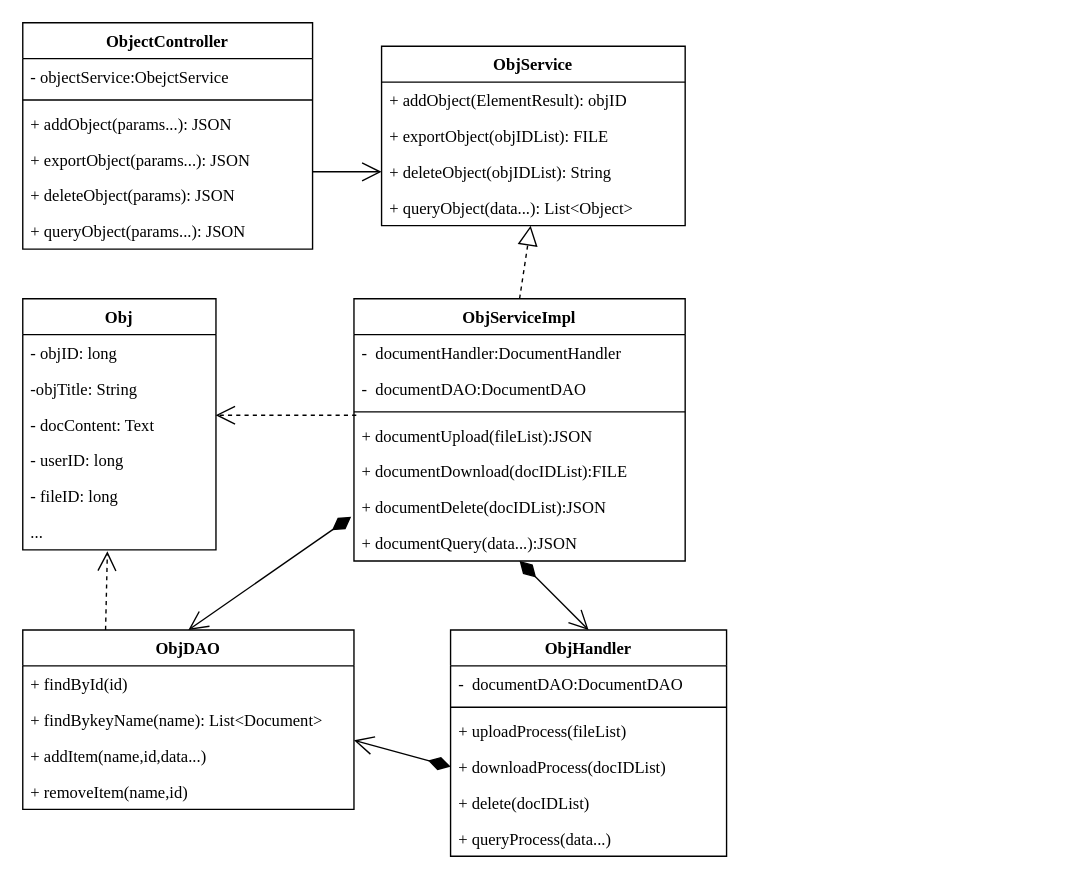
This is page "第 3 页" (3 of 4) of 类图.drawio from lang22/DocAI_UML, a draw.io file, before an edit. Source tidied: cells renumbered, new cells numbered last; positions are measured from the earlier drawing's top-left corner, leaving out a move shared by most shapes. Both pictures are drawn from the tidied source at 138%, with x=0, y=0 at pixel (22, 22).
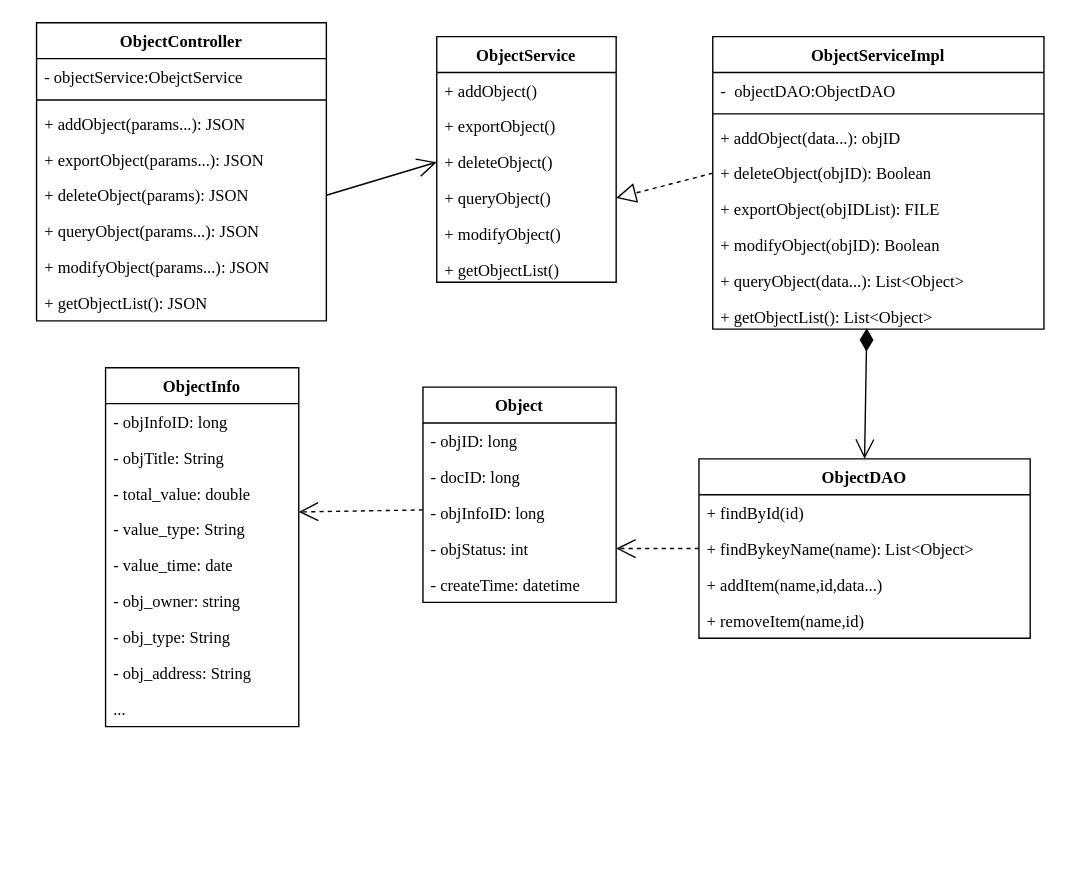
After the change.

The change refers to these unchanged cells:
```xml
<mxCell id="19" value="+ deleteObject(params): JSON" style="text;strokeColor=none;fillColor=none;align=left;verticalAlign=top;spacingLeft=4;spacingRight=4;overflow=hidden;points=[[0,0.5],[1,0.5]];portConstraint=eastwest;fontFamily=Times New Roman;" parent="14" vertex="1">
  <mxGeometry y="112" width="210" height="26" as="geometry" />
</mxCell>
```

Change to the diagram source:
```diff
@@
-    <mxCell id="2" value="Obj" style="swimlane;fontStyle=1;horizontal=1;startSize=26;fillColor=none;fontFamily=Times New Roman;" parent="1" vertex="1">
-      <mxGeometry y="200" width="140" height="182" as="geometry" />
+    <mxCell id="2" value="Object" style="swimlane;fontStyle=1;horizontal=1;startSize=26;fillColor=none;fontFamily=Times New Roman;" parent="1" vertex="1">
+      <mxGeometry x="290" y="264" width="140" height="156" as="geometry" />
     </mxCell>
@@
-    <mxCell id="4" value="-objTitle: String" style="text;strokeColor=none;fillColor=none;align=left;verticalAlign=top;spacingLeft=4;spacingRight=4;overflow=hidden;fontFamily=Times New Roman;" parent="2" vertex="1">
+    <mxCell id="4" value="- docID: long" style="text;strokeColor=none;fillColor=none;align=left;verticalAlign=top;spacingLeft=4;spacingRight=4;overflow=hidden;fontFamily=Times New Roman;" parent="2" vertex="1">
       <mxGeometry y="52" width="140" height="26" as="geometry" />
     </mxCell>
-    <mxCell id="5" value="- docContent: Text&#10;" style="text;strokeColor=none;fillColor=none;align=left;verticalAlign=top;spacingLeft=4;spacingRight=4;overflow=hidden;points=[[0,0.5],[1,0.5]];portConstraint=eastwest;fontFamily=Times New Roman;" parent="2" vertex="1">
-      <mxGeometry y="78" width="140" height="26" as="geometry" />
-    </mxCell>
+    <mxCell id="48" value="- objInfoID: long" style="text;strokeColor=none;fillColor=none;align=left;verticalAlign=top;spacingLeft=4;spacingRight=4;overflow=hidden;fontFamily=Times New Roman;" parent="2" vertex="1">
+      <mxGeometry y="78" width="140" height="26" as="geometry" />
+    </mxCell>
-    <mxCell id="6" value="- userID: long&#10;" style="text;strokeColor=none;fillColor=none;align=left;verticalAlign=top;spacingLeft=4;spacingRight=4;overflow=hidden;points=[[0,0.5],[1,0.5]];portConstraint=eastwest;fontFamily=Times New Roman;" parent="2" vertex="1">
+    <mxCell id="6" value="- objStatus: int" style="text;strokeColor=none;fillColor=none;align=left;verticalAlign=top;spacingLeft=4;spacingRight=4;overflow=hidden;points=[[0,0.5],[1,0.5]];portConstraint=eastwest;fontFamily=Times New Roman;" parent="2" vertex="1">
       <mxGeometry y="104" width="140" height="26" as="geometry" />
     </mxCell>
-    <mxCell id="7" value="- fileID: long&#10;" style="text;strokeColor=none;fillColor=none;align=left;verticalAlign=top;spacingLeft=4;spacingRight=4;overflow=hidden;fontFamily=Times New Roman;" parent="2" vertex="1">
+    <mxCell id="7" value="- createTime: datetime" style="text;strokeColor=none;fillColor=none;align=left;verticalAlign=top;spacingLeft=4;spacingRight=4;overflow=hidden;fontFamily=Times New Roman;" parent="2" vertex="1">
       <mxGeometry y="130" width="140" height="26" as="geometry" />
     </mxCell>
-    <mxCell id="8" value="..." style="text;strokeColor=none;fillColor=none;align=left;verticalAlign=top;spacingLeft=4;spacingRight=4;overflow=hidden;points=[[0,0.5],[1,0.5]];portConstraint=eastwest;fontFamily=Times New Roman;" parent="2" vertex="1">
-      <mxGeometry y="156" width="140" height="26" as="geometry" />
-    </mxCell>
-    <mxCell id="9" value="ObjDAO" style="swimlane;fontStyle=1;horizontal=1;startSize=26;fillColor=none;fontFamily=Times New Roman;" parent="1" vertex="1">
-      <mxGeometry y="440" width="240" height="130" as="geometry" />
+    <mxCell id="9" value="ObjectDAO" style="swimlane;fontStyle=1;horizontal=1;startSize=26;fillColor=none;fontFamily=Times New Roman;" parent="1" vertex="1">
+      <mxGeometry x="490" y="316" width="240" height="130" as="geometry" />
     </mxCell>
@@
-    <mxCell id="11" value="+ findBykeyName(name): List&lt;Document&gt;" style="text;strokeColor=none;fillColor=none;align=left;verticalAlign=top;spacingLeft=4;spacingRight=4;overflow=hidden;points=[[0,0.5],[1,0.5]];portConstraint=eastwest;fontFamily=Times New Roman;" parent="9" vertex="1">
+    <mxCell id="11" value="+ findBykeyName(name): List&lt;Object&gt;" style="text;strokeColor=none;fillColor=none;align=left;verticalAlign=top;spacingLeft=4;spacingRight=4;overflow=hidden;points=[[0,0.5],[1,0.5]];portConstraint=eastwest;fontFamily=Times New Roman;" parent="9" vertex="1">
       <mxGeometry y="52" width="240" height="26" as="geometry" />
     </mxCell>
@@
     <mxCell id="14" value="ObjectController" style="swimlane;fontStyle=1;align=center;verticalAlign=top;horizontal=1;startSize=26;fontFamily=Times New Roman;" parent="1" vertex="1">
-      <mxGeometry width="210" height="164" as="geometry" />
+      <mxGeometry x="10" width="210" height="216" as="geometry" />
     </mxCell>
@@
+    <mxCell id="49" value="+ modifyObject(params...): JSON" style="text;strokeColor=none;fillColor=none;align=left;verticalAlign=top;spacingLeft=4;spacingRight=4;overflow=hidden;fontFamily=Times New Roman;" parent="14" vertex="1">
+      <mxGeometry y="164" width="210" height="26" as="geometry" />
+    </mxCell>
+    <mxCell id="50" value="+ getObjectList(): JSON" style="text;strokeColor=none;fillColor=none;align=left;verticalAlign=top;spacingLeft=4;spacingRight=4;overflow=hidden;fontFamily=Times New Roman;" parent="14" vertex="1">
+      <mxGeometry y="190" width="210" height="26" as="geometry" />
+    </mxCell>
-    <mxCell id="21" value="ObjServiceImpl" style="swimlane;fontStyle=1;align=center;verticalAlign=top;horizontal=1;startSize=26;fontFamily=Times New Roman;" parent="1" vertex="1">
-      <mxGeometry x="240" y="200" width="240" height="190" as="geometry" />
+    <mxCell id="21" value="ObjectServiceImpl" style="swimlane;fontStyle=1;align=center;verticalAlign=top;horizontal=1;startSize=26;fontFamily=Times New Roman;" parent="1" vertex="1">
+      <mxGeometry x="500" y="10" width="240" height="212" as="geometry" />
     </mxCell>
-    <mxCell id="22" value="-  documentHandler:DocumentHandler" style="text;strokeColor=none;fillColor=none;align=left;verticalAlign=top;spacingLeft=4;spacingRight=4;overflow=hidden;fontFamily=Times New Roman;" parent="21" vertex="1">
-      <mxGeometry y="26" width="240" height="26" as="geometry" />
-    </mxCell>
-    <mxCell id="23" value="-  documentDAO:DocumentDAO" style="text;strokeColor=none;fillColor=none;align=left;verticalAlign=top;spacingLeft=4;spacingRight=4;overflow=hidden;fontFamily=Times New Roman;" parent="21" vertex="1">
-      <mxGeometry y="52" width="240" height="26" as="geometry" />
+    <mxCell id="23" value="-  objectDAO:ObjectDAO" style="text;strokeColor=none;fillColor=none;align=left;verticalAlign=top;spacingLeft=4;spacingRight=4;overflow=hidden;fontFamily=Times New Roman;" parent="21" vertex="1">
+      <mxGeometry y="26" width="240" height="26" as="geometry" />
     </mxCell>
     <mxCell id="24" style="line;strokeWidth=1;fillColor=none;align=left;verticalAlign=middle;spacingTop=-1;spacingLeft=3;spacingRight=3;labelPosition=right;points=[];portConstraint=eastwest;strokeColor=inherit;fontFamily=Times New Roman;" parent="21" vertex="1">
-      <mxGeometry y="78" width="240" height="8" as="geometry" />
+      <mxGeometry y="52" width="240" height="8" as="geometry" />
     </mxCell>
-    <mxCell id="25" value="+ documentUpload(fileList):JSON" style="text;strokeColor=none;fillColor=none;align=left;verticalAlign=top;spacingLeft=4;spacingRight=4;overflow=hidden;fontFamily=Times New Roman;" parent="21" vertex="1">
-      <mxGeometry y="86" width="240" height="26" as="geometry" />
-    </mxCell>
-    <mxCell id="26" value="+ documentDownload(docIDList):FILE" style="text;strokeColor=none;fillColor=none;align=left;verticalAlign=top;spacingLeft=4;spacingRight=4;overflow=hidden;fontFamily=Times New Roman;" parent="21" vertex="1">
-      <mxGeometry y="112" width="240" height="26" as="geometry" />
-    </mxCell>
-    <mxCell id="27" value="+ documentDelete(docIDList):JSON" style="text;strokeColor=none;fillColor=none;align=left;verticalAlign=top;spacingLeft=4;spacingRight=4;overflow=hidden;fontFamily=Times New Roman;" parent="21" vertex="1">
-      <mxGeometry y="138" width="240" height="26" as="geometry" />
-    </mxCell>
-    <mxCell id="28" value="+ documentQuery(data...):JSON" style="text;strokeColor=none;fillColor=none;align=left;verticalAlign=top;spacingLeft=4;spacingRight=4;overflow=hidden;fontFamily=Times New Roman;" parent="21" vertex="1">
-      <mxGeometry y="164" width="240" height="26" as="geometry" />
-    </mxCell>
+    <mxCell id="51" value="+ addObject(data...): objID" style="text;strokeColor=none;fillColor=none;align=left;verticalAlign=top;spacingLeft=4;spacingRight=4;overflow=hidden;fontFamily=Times New Roman;" parent="21" vertex="1">
+      <mxGeometry y="60" width="240" height="26" as="geometry" />
+    </mxCell>
+    <mxCell id="52" value="+ deleteObject(objID): Boolean" style="text;strokeColor=none;fillColor=none;align=left;verticalAlign=top;spacingLeft=4;spacingRight=4;overflow=hidden;fontFamily=Times New Roman;" parent="21" vertex="1">
+      <mxGeometry y="86" width="240" height="26" as="geometry" />
+    </mxCell>
+    <mxCell id="53" value="+ exportObject(objIDList): FILE" style="text;strokeColor=none;fillColor=none;align=left;verticalAlign=top;spacingLeft=4;spacingRight=4;overflow=hidden;fontFamily=Times New Roman;" parent="21" vertex="1">
+      <mxGeometry y="112" width="240" height="26" as="geometry" />
+    </mxCell>
+    <mxCell id="54" value="+ modifyObject(objID): Boolean" style="text;strokeColor=none;fillColor=none;align=left;verticalAlign=top;spacingLeft=4;spacingRight=4;overflow=hidden;fontFamily=Times New Roman;" parent="21" vertex="1">
+      <mxGeometry y="138" width="240" height="26" as="geometry" />
+    </mxCell>
+    <mxCell id="55" value="+ queryObject(data...): List&lt;Object&gt;" style="text;strokeColor=none;fillColor=none;align=left;verticalAlign=top;spacingLeft=4;spacingRight=4;overflow=hidden;fontFamily=Times New Roman;" parent="21" vertex="1">
+      <mxGeometry y="164" width="240" height="26" as="geometry" />
+    </mxCell>
+    <mxCell id="56" value="+ getObjectList(): List&lt;Object&gt;" style="text;strokeColor=none;fillColor=none;align=left;verticalAlign=top;spacingLeft=4;spacingRight=4;overflow=hidden;points=[[0,0.5],[1,0.5]];portConstraint=eastwest;fontFamily=Times New Roman;" parent="21" vertex="1">
+      <mxGeometry y="190" width="240" height="22" as="geometry" />
+    </mxCell>
-    <mxCell id="29" value="ObjService" style="swimlane;fontStyle=1;horizontal=1;startSize=26;fillColor=none;fontFamily=Times New Roman;" parent="1" vertex="1">
-      <mxGeometry x="260" y="17" width="220" height="130" as="geometry" />
+    <mxCell id="29" value="ObjectService" style="swimlane;fontStyle=1;horizontal=1;startSize=26;fillColor=none;fontFamily=Times New Roman;" parent="1" vertex="1">
+      <mxGeometry x="300" y="10" width="130" height="178" as="geometry" />
     </mxCell>
-    <mxCell id="30" value="+ addObject(ElementResult): objID" style="text;strokeColor=none;fillColor=none;align=left;verticalAlign=top;spacingLeft=4;spacingRight=4;overflow=hidden;fontFamily=Times New Roman;" parent="29" vertex="1">
-      <mxGeometry y="26" width="220" height="26" as="geometry" />
+    <mxCell id="30" value="+ addObject()" style="text;strokeColor=none;fillColor=none;align=left;verticalAlign=top;spacingLeft=4;spacingRight=4;overflow=hidden;fontFamily=Times New Roman;" parent="29" vertex="1">
+      <mxGeometry y="26" width="130" height="26" as="geometry" />
     </mxCell>
-    <mxCell id="31" value="+ exportObject(objIDList): FILE" style="text;strokeColor=none;fillColor=none;align=left;verticalAlign=top;spacingLeft=4;spacingRight=4;overflow=hidden;fontFamily=Times New Roman;" parent="29" vertex="1">
-      <mxGeometry y="52" width="220" height="26" as="geometry" />
+    <mxCell id="31" value="+ exportObject()" style="text;strokeColor=none;fillColor=none;align=left;verticalAlign=top;spacingLeft=4;spacingRight=4;overflow=hidden;fontFamily=Times New Roman;" parent="29" vertex="1">
+      <mxGeometry y="52" width="130" height="26" as="geometry" />
     </mxCell>
-    <mxCell id="32" value="+ deleteObject(objIDList): String" style="text;strokeColor=none;fillColor=none;align=left;verticalAlign=top;spacingLeft=4;spacingRight=4;overflow=hidden;points=[[0,0.5],[1,0.5]];portConstraint=eastwest;fontFamily=Times New Roman;" parent="29" vertex="1">
-      <mxGeometry y="78" width="220" height="26" as="geometry" />
+    <mxCell id="32" value="+ deleteObject()" style="text;strokeColor=none;fillColor=none;align=left;verticalAlign=top;spacingLeft=4;spacingRight=4;overflow=hidden;points=[[0,0.5],[1,0.5]];portConstraint=eastwest;fontFamily=Times New Roman;" parent="29" vertex="1">
+      <mxGeometry y="78" width="130" height="26" as="geometry" />
     </mxCell>
-    <mxCell id="33" value="+ queryObject(data...): List&lt;Object&gt;" style="text;strokeColor=none;fillColor=none;align=left;verticalAlign=top;spacingLeft=4;spacingRight=4;overflow=hidden;points=[[0,0.5],[1,0.5]];portConstraint=eastwest;fontFamily=Times New Roman;" parent="29" vertex="1">
-      <mxGeometry y="104" width="220" height="26" as="geometry" />
+    <mxCell id="33" value="+ queryObject()" style="text;strokeColor=none;fillColor=none;align=left;verticalAlign=top;spacingLeft=4;spacingRight=4;overflow=hidden;points=[[0,0.5],[1,0.5]];portConstraint=eastwest;fontFamily=Times New Roman;" parent="29" vertex="1">
+      <mxGeometry y="104" width="130" height="26" as="geometry" />
     </mxCell>
-    <mxCell id="34" value="ObjHandler" style="swimlane;fontStyle=1;horizontal=1;startSize=26;fillColor=none;fontFamily=Times New Roman;" parent="1" vertex="1">
-      <mxGeometry x="310" y="440" width="200" height="164" as="geometry" />
-    </mxCell>
-    <mxCell id="35" value="-  documentDAO:DocumentDAO" style="text;strokeColor=none;fillColor=none;align=left;verticalAlign=top;spacingLeft=4;spacingRight=4;overflow=hidden;fontFamily=Times New Roman;" parent="34" vertex="1">
-      <mxGeometry y="26" width="200" height="26" as="geometry" />
-    </mxCell>
-    <mxCell id="36" style="line;strokeWidth=1;fillColor=none;align=left;verticalAlign=middle;spacingTop=-1;spacingLeft=3;spacingRight=3;labelPosition=right;strokeColor=inherit;fontFamily=Times New Roman;" parent="34" vertex="1">
-      <mxGeometry y="52" width="200" height="8" as="geometry" />
-    </mxCell>
-    <mxCell id="37" value="+ uploadProcess(fileList)" style="text;strokeColor=none;fillColor=none;align=left;verticalAlign=top;spacingLeft=4;spacingRight=4;overflow=hidden;fontFamily=Times New Roman;" parent="34" vertex="1">
-      <mxGeometry y="60" width="200" height="26" as="geometry" />
-    </mxCell>
-    <mxCell id="38" value="+ downloadProcess(docIDList)" style="text;strokeColor=none;fillColor=none;align=left;verticalAlign=top;spacingLeft=4;spacingRight=4;overflow=hidden;points=[[0,0.5],[1,0.5]];portConstraint=eastwest;fontFamily=Times New Roman;" parent="34" vertex="1">
-      <mxGeometry y="86" width="200" height="26" as="geometry" />
-    </mxCell>
-    <mxCell id="39" value="+ delete(docIDList)" style="text;strokeColor=none;fillColor=none;align=left;verticalAlign=top;spacingLeft=4;spacingRight=4;overflow=hidden;fontFamily=Times New Roman;" parent="34" vertex="1">
-      <mxGeometry y="112" width="200" height="26" as="geometry" />
-    </mxCell>
-    <mxCell id="40" value="+ queryProcess(data...)" style="text;strokeColor=none;fillColor=none;align=left;verticalAlign=top;spacingLeft=4;spacingRight=4;overflow=hidden;fontFamily=Times New Roman;" parent="34" vertex="1">
-      <mxGeometry y="138" width="200" height="26" as="geometry" />
-    </mxCell>
+    <mxCell id="57" value="+ modifyObject()" style="text;strokeColor=none;fillColor=none;align=left;verticalAlign=top;spacingLeft=4;spacingRight=4;overflow=hidden;fontFamily=Times New Roman;" parent="29" vertex="1">
+      <mxGeometry y="130" width="130" height="26" as="geometry" />
+    </mxCell>
+    <mxCell id="58" value="+ getObjectList()" style="text;strokeColor=none;fillColor=none;align=left;verticalAlign=top;spacingLeft=4;spacingRight=4;overflow=hidden;fontFamily=Times New Roman;" parent="29" vertex="1">
+      <mxGeometry y="156" width="130" height="22" as="geometry" />
+    </mxCell>
-    <mxCell id="41" style="endArrow=open;endFill=1;endSize=12;html=1;rounded=0;fontFamily=Times New Roman;entryX=0;entryY=0.5;entryDx=0;entryDy=0;" parent="1" edge="1" target="32">
-      <mxGeometry relative="1" as="geometry">
-        <mxPoint x="210" y="108" as="sourcePoint" />
-      </mxGeometry>
+    <mxCell id="41" style="endArrow=open;endFill=1;endSize=12;html=1;rounded=0;fontFamily=Times New Roman;entryX=0;entryY=0.5;entryDx=0;entryDy=0;exitX=1;exitY=0.5;exitDx=0;exitDy=0;" parent="1" edge="1" source="19" target="32">
+      <mxGeometry relative="1" as="geometry" />
     </mxCell>
-    <mxCell id="42" style="endArrow=block;dashed=1;endFill=0;endSize=12;html=1;rounded=0;fontFamily=Times New Roman;exitX=0.5;exitY=0;exitDx=0;exitDy=0;" parent="1" edge="1" source="21" target="33">
-      <mxGeometry relative="1" as="geometry" />
+    <mxCell id="42" style="endArrow=block;dashed=1;endFill=0;endSize=12;html=1;rounded=0;fontFamily=Times New Roman;exitX=0;exitY=0.5;exitDx=0;exitDy=0;entryX=1;entryY=0.5;entryDx=0;entryDy=0;" parent="1" edge="1" target="33">
+      <mxGeometry relative="1" as="geometry">
+        <mxPoint x="500" y="109" as="sourcePoint" />
+      </mxGeometry>
     </mxCell>
-    <mxCell id="43" style="endArrow=open;endFill=1;endSize=12;html=1;rounded=0;fontFamily=Times New Roman;exitX=0.25;exitY=0;exitDx=0;exitDy=0;entryX=0.438;entryY=1.038;entryDx=0;entryDy=0;entryPerimeter=0;dashed=1;" parent="1" edge="1" source="9" target="8">
+    <mxCell id="43" style="endArrow=open;endFill=1;endSize=12;html=1;rounded=0;fontFamily=Times New Roman;exitX=0;exitY=0.5;exitDx=0;exitDy=0;entryX=1;entryY=0.5;entryDx=0;entryDy=0;dashed=1;" parent="1" edge="1" source="11" target="6">
       <mxGeometry relative="1" as="geometry" />
     </mxCell>
-    <mxCell id="44" style="endArrow=open;endFill=1;endSize=12;html=1;rounded=0;fontFamily=Times New Roman;entryX=0.998;entryY=0.246;entryDx=0;entryDy=0;entryPerimeter=0;dashed=1;exitX=0.007;exitY=0.8;exitDx=0;exitDy=0;exitPerimeter=0;" parent="1" edge="1" source="24" target="5">
-      <mxGeometry relative="1" as="geometry" />
-    </mxCell>
-    <mxCell id="45" value="1" style="endArrow=open;html=1;endSize=12;startArrow=diamondThin;startSize=14;startFill=1;align=left;verticalAlign=bottom;rounded=0;fontFamily=Times New Roman;entryX=0.5;entryY=0;entryDx=0;entryDy=0;fontColor=none;noLabel=1;" parent="1" edge="1" target="34">
-      <mxGeometry x="-1" y="3" relative="1" as="geometry">
-        <mxPoint x="360" y="390" as="sourcePoint" />
-      </mxGeometry>
-    </mxCell>
-    <mxCell id="46" value="1" style="endArrow=open;endSize=12;startArrow=diamondThin;startSize=14;startFill=1;align=left;verticalAlign=bottom;rounded=0;fontFamily=Times New Roman;entryX=0.5;entryY=0;entryDx=0;entryDy=0;html=1;fontColor=none;noLabel=1;" parent="1" edge="1" target="9">
-      <mxGeometry x="-1" y="3" relative="1" as="geometry">
-        <mxPoint x="238" y="358" as="sourcePoint" />
-      </mxGeometry>
+    <mxCell id="46" value="1" style="endArrow=open;endSize=12;startArrow=diamondThin;startSize=14;startFill=1;align=left;verticalAlign=bottom;rounded=0;fontFamily=Times New Roman;entryX=0.5;entryY=0;entryDx=0;entryDy=0;html=1;fontColor=none;noLabel=1;exitX=0.465;exitY=0.97;exitDx=0;exitDy=0;exitPerimeter=0;" parent="1" edge="1" source="56" target="9">
+      <mxGeometry x="-1" y="3" relative="1" as="geometry" />
     </mxCell>
-    <mxCell id="47" value="1" style="endArrow=open;html=1;endSize=12;startArrow=diamondThin;startSize=14;startFill=1;align=left;verticalAlign=bottom;rounded=0;fontFamily=Times New Roman;exitX=0;exitY=0.5;exitDx=0;exitDy=0;fontColor=none;noLabel=1;" parent="1" edge="1" source="38">
-      <mxGeometry x="-1" y="3" relative="1" as="geometry">
-        <mxPoint x="240" y="520" as="targetPoint" />
-      </mxGeometry>
-    </mxCell>
+    <mxCell id="59" style="edgeStyle=none;rounded=0;orthogonalLoop=1;jettySize=auto;html=1;exitX=0.75;exitY=0;exitDx=0;exitDy=0;fontFamily=Times New Roman;fontColor=none;endArrow=diamondThin;endFill=1;" parent="1" edge="1" source="9" target="9">
+      <mxGeometry relative="1" as="geometry" />
+    </mxCell>
+    <mxCell id="60" value="ObjectInfo" style="swimlane;fontStyle=1;horizontal=1;startSize=26;fillColor=none;fontFamily=Times New Roman;" parent="1" vertex="1">
+      <mxGeometry x="60" y="250" width="140" height="260" as="geometry" />
+    </mxCell>
+    <mxCell id="61" value="- objInfoID: long" style="text;strokeColor=none;fillColor=none;align=left;verticalAlign=top;spacingLeft=4;spacingRight=4;overflow=hidden;fontFamily=Times New Roman;" parent="60" vertex="1">
+      <mxGeometry y="26" width="140" height="26" as="geometry" />
+    </mxCell>
+    <mxCell id="62" value="- objTitle: String" style="text;strokeColor=none;fillColor=none;align=left;verticalAlign=top;spacingLeft=4;spacingRight=4;overflow=hidden;fontFamily=Times New Roman;" parent="60" vertex="1">
+      <mxGeometry y="52" width="140" height="26" as="geometry" />
+    </mxCell>
+    <mxCell id="63" value="- total_value: double " style="text;strokeColor=none;fillColor=none;align=left;verticalAlign=top;spacingLeft=4;spacingRight=4;overflow=hidden;fontFamily=Times New Roman;" parent="60" vertex="1">
+      <mxGeometry y="78" width="140" height="26" as="geometry" />
+    </mxCell>
+    <mxCell id="64" value="- value_type: String" style="text;strokeColor=none;fillColor=none;align=left;verticalAlign=top;spacingLeft=4;spacingRight=4;overflow=hidden;fontFamily=Times New Roman;" parent="60" vertex="1">
+      <mxGeometry y="104" width="140" height="26" as="geometry" />
+    </mxCell>
+    <mxCell id="65" value="- value_time: date" style="text;strokeColor=none;fillColor=none;align=left;verticalAlign=top;spacingLeft=4;spacingRight=4;overflow=hidden;fontFamily=Times New Roman;" parent="60" vertex="1">
+      <mxGeometry y="130" width="140" height="26" as="geometry" />
+    </mxCell>
+    <mxCell id="66" value="- obj_owner: string" style="text;strokeColor=none;fillColor=none;align=left;verticalAlign=top;spacingLeft=4;spacingRight=4;overflow=hidden;fontFamily=Times New Roman;" parent="60" vertex="1">
+      <mxGeometry y="156" width="140" height="26" as="geometry" />
+    </mxCell>
+    <mxCell id="67" value="- obj_type: String" style="text;strokeColor=none;fillColor=none;align=left;verticalAlign=top;spacingLeft=4;spacingRight=4;overflow=hidden;fontFamily=Times New Roman;" parent="60" vertex="1">
+      <mxGeometry y="182" width="140" height="26" as="geometry" />
+    </mxCell>
+    <mxCell id="68" value="- obj_address: String" style="text;strokeColor=none;fillColor=none;align=left;verticalAlign=top;spacingLeft=4;spacingRight=4;overflow=hidden;fontFamily=Times New Roman;" parent="60" vertex="1">
+      <mxGeometry y="208" width="140" height="26" as="geometry" />
+    </mxCell>
+    <mxCell id="8" value="..." style="text;strokeColor=none;fillColor=none;align=left;verticalAlign=top;spacingLeft=4;spacingRight=4;overflow=hidden;points=[[0,0.5],[1,0.5]];portConstraint=eastwest;fontFamily=Times New Roman;" parent="60" vertex="1">
+      <mxGeometry y="234" width="140" height="26" as="geometry" />
+    </mxCell>
+    <mxCell id="69" style="endArrow=open;endFill=1;endSize=12;html=1;rounded=0;fontFamily=Times New Roman;exitX=0;exitY=0.5;exitDx=0;exitDy=0;entryX=1;entryY=0.5;entryDx=0;entryDy=0;dashed=1;" parent="1" edge="1">
+      <mxGeometry relative="1" as="geometry">
+        <mxPoint x="290" y="353" as="sourcePoint" />
+        <mxPoint x="200" y="354.5" as="targetPoint" />
+      </mxGeometry>
+    </mxCell>
```
